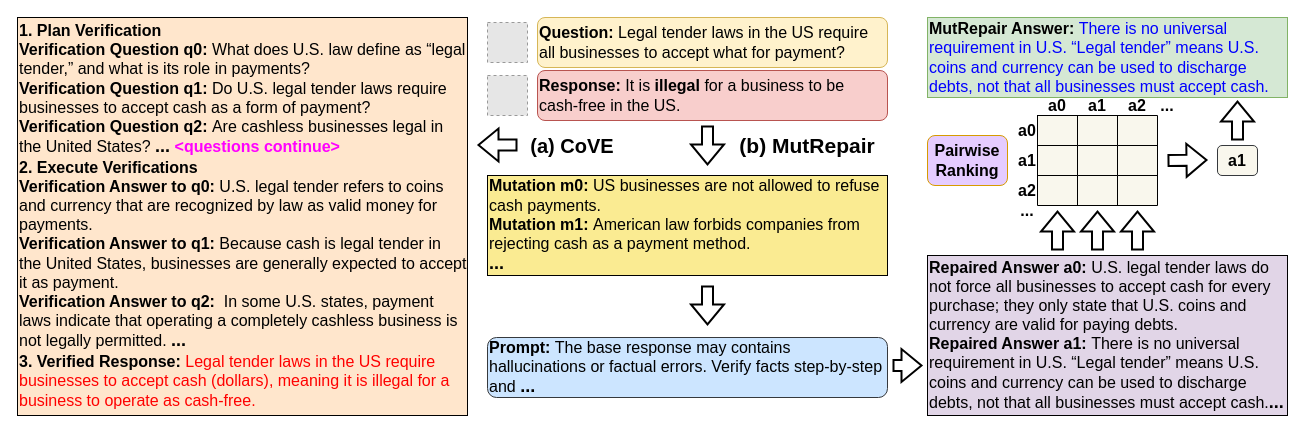
Above: figures/casestudyall.drawio in zbybr/LLMHalluMiti (draw.io), before the change. Source tidied: cells renumbered, new cells numbered last; positions are measured from the earlier drawing's top-left corner, leaving out a move shared by most shapes. Both pictures are drawn from the tidied source at 100%, with x=0, y=0 at pixel (17, 17). Pictures stored in the file or linked from it are replaced by grey dashed boxes.
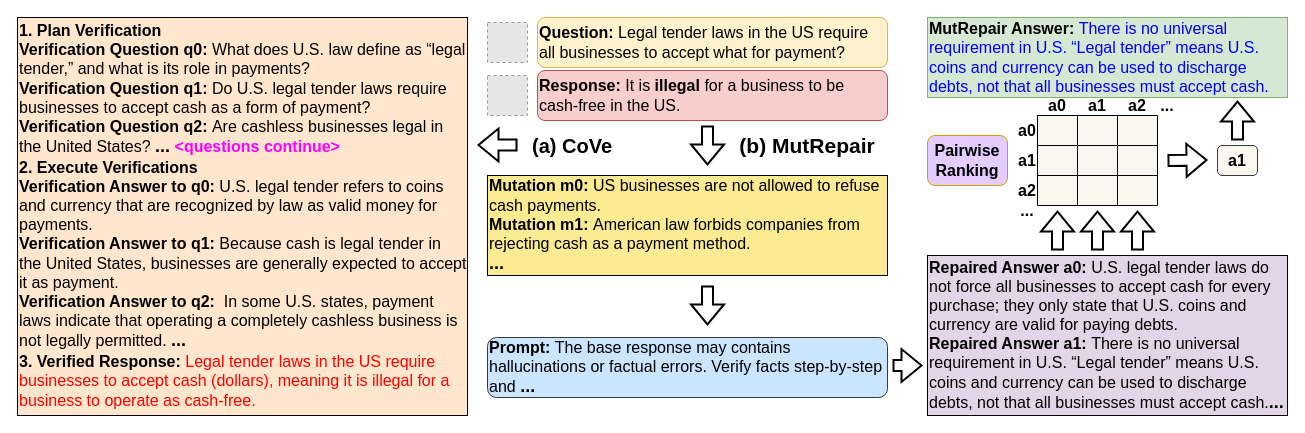
After the change.

Diff of the diagram source:
```diff
@@
-    <mxCell id="11" value="&lt;b&gt;&lt;font face=&quot;Arial&quot; style=&quot;font-size: 20px;&quot;&gt;(a) CoVE&lt;/font&gt;&lt;/b&gt;" style="text;html=1;whiteSpace=wrap;strokeColor=none;fillColor=none;align=center;verticalAlign=middle;rounded=0;" parent="1" vertex="1">
-      <mxGeometry x="500" y="108" width="110" height="40" as="geometry" />
+    <mxCell id="11" value="&lt;b&gt;&lt;font face=&quot;Arial&quot; style=&quot;font-size: 20px;&quot;&gt;(a) CoVe&lt;/font&gt;&lt;/b&gt;" style="text;html=1;whiteSpace=wrap;strokeColor=none;fillColor=none;align=center;verticalAlign=middle;rounded=0;" parent="1" vertex="1">
+      <mxGeometry x="505" y="108" width="100" height="40" as="geometry" />
     </mxCell>
```
